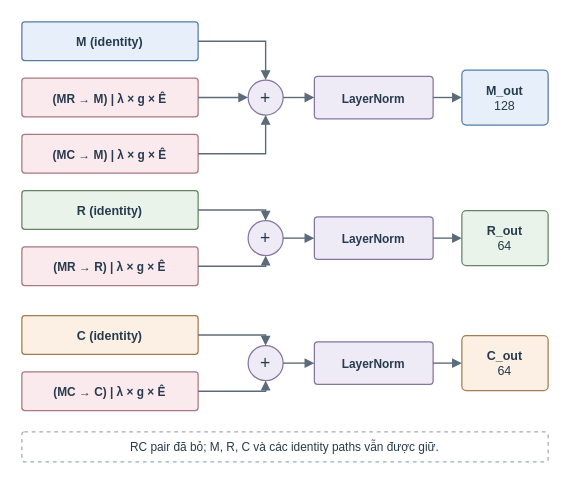
This is figures_source/rc-free-routing.drawio from moimoi05/kltn, a draw.io file, before an edit. Source tidied: cells renumbered, new cells numbered last; positions are measured from the earlier drawing's top-left corner, leaving out a move shared by most shapes. Both pictures are drawn from the tidied source at 125%, with x=0, y=0 at pixel (21, 21).
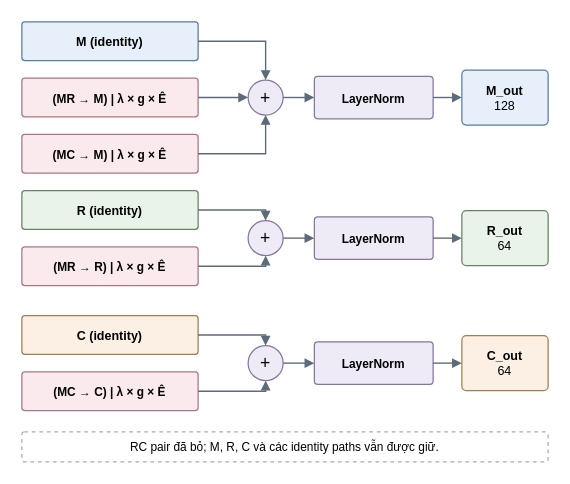
The same diagram, later.

What changed in the source:
```diff
@@
-    <mxCell id="2" value="&lt;b&gt;M  (identity)&lt;/b&gt;" style="html=1;fontFamily=Arial;fontColor=#263B4D;whiteSpace=wrap;rounded=1;arcSize=8;fillColor=#E7F0FA;strokeColor=#567DA3;strokeWidth=1;fontSize=10;spacing=5;" parent="1" vertex="1">
+    <mxCell id="2" value="&lt;b&gt;M  (identity)&lt;/b&gt;" style="html=1;fontFamily=Arial;fontColor=#000000;whiteSpace=wrap;rounded=1;arcSize=8;fillColor=#E7F0FA;strokeColor=#567DA3;strokeWidth=1;fontSize=10;spacing=5;" parent="1" vertex="1">
       <mxGeometry width="141" height="31" as="geometry" />
     </mxCell>
-    <mxCell id="3" value="&lt;b&gt;(MR → M)  |  λ × g × Ê&lt;/b&gt;" style="html=1;fontFamily=Arial;fontColor=#263B4D;whiteSpace=wrap;rounded=1;arcSize=8;fillColor=#FAE9ED;strokeColor=#A87984;strokeWidth=1;fontSize=9.5;spacing=5;" parent="1" vertex="1">
+    <mxCell id="3" value="&lt;b&gt;(MR → M)  |  λ × g × Ê&lt;/b&gt;" style="html=1;fontFamily=Arial;fontColor=#000000;whiteSpace=wrap;rounded=1;arcSize=8;fillColor=#FAE9ED;strokeColor=#A87984;strokeWidth=1;fontSize=9.5;spacing=5;" parent="1" vertex="1">
       <mxGeometry y="45" width="141" height="31" as="geometry" />
     </mxCell>
-    <mxCell id="4" value="&lt;b&gt;(MC → M)  |  λ × g × Ê&lt;/b&gt;" style="html=1;fontFamily=Arial;fontColor=#263B4D;whiteSpace=wrap;rounded=1;arcSize=8;fillColor=#FAE9ED;strokeColor=#A87984;strokeWidth=1;fontSize=9.5;spacing=5;" parent="1" vertex="1">
+    <mxCell id="4" value="&lt;b&gt;(MC → M)  |  λ × g × Ê&lt;/b&gt;" style="html=1;fontFamily=Arial;fontColor=#000000;whiteSpace=wrap;rounded=1;arcSize=8;fillColor=#FAE9ED;strokeColor=#A87984;strokeWidth=1;fontSize=9.5;spacing=5;" parent="1" vertex="1">
       <mxGeometry y="90" width="141" height="31" as="geometry" />
     </mxCell>
-    <mxCell id="5" value="+" style="html=1;fontFamily=Arial;fontColor=#263B4D;whiteSpace=wrap;ellipse;fillColor=#EEEAF6;strokeColor=#86759D;strokeWidth=1;fontSize=14;" parent="1" vertex="1">
+    <mxCell id="5" value="+" style="html=1;fontFamily=Arial;fontColor=#000000;whiteSpace=wrap;ellipse;fillColor=#EEEAF6;strokeColor=#86759D;strokeWidth=1;fontSize=14;" parent="1" vertex="1">
       <mxGeometry x="181" y="46.5" width="28" height="28" as="geometry" />
     </mxCell>
-    <mxCell id="6" style="html=1;fontFamily=Arial;fontColor=#263B4D;whiteSpace=wrap;edgeStyle=none;rounded=0;endArrow=block;endFill=1;endSize=5;startArrow=none;startFill=1;startSize=5;strokeColor=#5C6B79;strokeWidth=1.1;" parent="1" edge="1">
+    <mxCell id="6" style="html=1;fontFamily=Arial;fontColor=#000000;whiteSpace=wrap;edgeStyle=none;rounded=0;endArrow=block;endFill=1;endSize=5;startArrow=none;startFill=1;startSize=5;strokeColor=#5C6B79;strokeWidth=1.1;" parent="1" edge="1">
       <mxGeometry relative="1" as="geometry">
         <mxPoint x="141" y="15.5" as="sourcePoint" />
         <mxPoint x="195" y="46.5" as="targetPoint" />
         <Array as="points">
           <mxPoint x="195" y="15.5" />
         </Array>
       </mxGeometry>
     </mxCell>
-    <mxCell id="7" style="html=1;fontFamily=Arial;fontColor=#263B4D;whiteSpace=wrap;edgeStyle=none;rounded=0;endArrow=block;endFill=1;endSize=5;startArrow=none;startFill=1;startSize=5;strokeColor=#5C6B79;strokeWidth=1.1;" parent="1" edge="1">
+    <mxCell id="7" style="html=1;fontFamily=Arial;fontColor=#000000;whiteSpace=wrap;edgeStyle=none;rounded=0;endArrow=block;endFill=1;endSize=5;startArrow=none;startFill=1;startSize=5;strokeColor=#5C6B79;strokeWidth=1.1;" parent="1" edge="1">
       <mxGeometry relative="1" as="geometry">
         <mxPoint x="141" y="60.5" as="sourcePoint" />
         <mxPoint x="181" y="60.5" as="targetPoint" />
       </mxGeometry>
     </mxCell>
-    <mxCell id="8" style="html=1;fontFamily=Arial;fontColor=#263B4D;whiteSpace=wrap;edgeStyle=none;rounded=0;endArrow=block;endFill=1;endSize=5;startArrow=none;startFill=1;startSize=5;strokeColor=#5C6B79;strokeWidth=1.1;" parent="1" edge="1">
+    <mxCell id="8" style="html=1;fontFamily=Arial;fontColor=#000000;whiteSpace=wrap;edgeStyle=none;rounded=0;endArrow=block;endFill=1;endSize=5;startArrow=none;startFill=1;startSize=5;strokeColor=#5C6B79;strokeWidth=1.1;" parent="1" edge="1">
       <mxGeometry relative="1" as="geometry">
         <mxPoint x="141" y="105.5" as="sourcePoint" />
         <mxPoint x="195" y="74.5" as="targetPoint" />
         <Array as="points">
           <mxPoint x="195" y="105.5" />
         </Array>
       </mxGeometry>
     </mxCell>
-    <mxCell id="9" value="&lt;b&gt;LayerNorm&lt;/b&gt;" style="html=1;fontFamily=Arial;fontColor=#263B4D;whiteSpace=wrap;rounded=1;arcSize=8;fillColor=#EEEAF6;strokeColor=#86759D;strokeWidth=1;fontSize=9.5;spacing=5;" parent="1" vertex="1">
+    <mxCell id="9" value="&lt;b&gt;LayerNorm&lt;/b&gt;" style="html=1;fontFamily=Arial;fontColor=#000000;whiteSpace=wrap;rounded=1;arcSize=8;fillColor=#EEEAF6;strokeColor=#86759D;strokeWidth=1;fontSize=9.5;spacing=5;" parent="1" vertex="1">
       <mxGeometry x="234" y="43.5" width="95" height="34" as="geometry" />
     </mxCell>
-    <mxCell id="10" style="html=1;fontFamily=Arial;fontColor=#263B4D;whiteSpace=wrap;edgeStyle=none;rounded=0;endArrow=block;endFill=1;endSize=5;startArrow=none;startFill=1;startSize=5;strokeColor=#5C6B79;strokeWidth=1.1;" parent="1" edge="1">
+    <mxCell id="10" style="html=1;fontFamily=Arial;fontColor=#000000;whiteSpace=wrap;edgeStyle=none;rounded=0;endArrow=block;endFill=1;endSize=5;startArrow=none;startFill=1;startSize=5;strokeColor=#5C6B79;strokeWidth=1.1;" parent="1" edge="1">
       <mxGeometry relative="1" as="geometry">
         <mxPoint x="209" y="60.5" as="sourcePoint" />
         <mxPoint x="234" y="60.5" as="targetPoint" />
       </mxGeometry>
     </mxCell>
-    <mxCell id="11" value="&lt;b&gt;M_out&lt;/b&gt;&lt;br&gt;128" style="html=1;fontFamily=Arial;fontColor=#263B4D;whiteSpace=wrap;rounded=1;arcSize=8;fillColor=#E7F0FA;strokeColor=#567DA3;strokeWidth=1;fontSize=10;spacing=5;" parent="1" vertex="1">
+    <mxCell id="11" value="&lt;b&gt;M_out&lt;/b&gt;&lt;br&gt;128" style="html=1;fontFamily=Arial;fontColor=#000000;whiteSpace=wrap;rounded=1;arcSize=8;fillColor=#E7F0FA;strokeColor=#567DA3;strokeWidth=1;fontSize=10;spacing=5;" parent="1" vertex="1">
       <mxGeometry x="352" y="38.5" width="69" height="44" as="geometry" />
     </mxCell>
-    <mxCell id="12" style="html=1;fontFamily=Arial;fontColor=#263B4D;whiteSpace=wrap;edgeStyle=none;rounded=0;endArrow=block;endFill=1;endSize=5;startArrow=none;startFill=1;startSize=5;strokeColor=#5C6B79;strokeWidth=1.1;" parent="1" edge="1">
+    <mxCell id="12" style="html=1;fontFamily=Arial;fontColor=#000000;whiteSpace=wrap;edgeStyle=none;rounded=0;endArrow=block;endFill=1;endSize=5;startArrow=none;startFill=1;startSize=5;strokeColor=#5C6B79;strokeWidth=1.1;" parent="1" edge="1">
       <mxGeometry relative="1" as="geometry">
         <mxPoint x="329" y="60.5" as="sourcePoint" />
         <mxPoint x="352" y="60.5" as="targetPoint" />
       </mxGeometry>
     </mxCell>
-    <mxCell id="13" value="&lt;b&gt;R  (identity)&lt;/b&gt;" style="html=1;fontFamily=Arial;fontColor=#263B4D;whiteSpace=wrap;rounded=1;arcSize=8;fillColor=#EAF3E9;strokeColor=#638560;strokeWidth=1;fontSize=10;spacing=5;" parent="1" vertex="1">
+    <mxCell id="13" value="&lt;b&gt;R  (identity)&lt;/b&gt;" style="html=1;fontFamily=Arial;fontColor=#000000;whiteSpace=wrap;rounded=1;arcSize=8;fillColor=#EAF3E9;strokeColor=#638560;strokeWidth=1;fontSize=10;spacing=5;" parent="1" vertex="1">
       <mxGeometry y="135" width="141" height="31" as="geometry" />
     </mxCell>
-    <mxCell id="14" value="&lt;b&gt;(MR → R)  |  λ × g × Ê&lt;/b&gt;" style="html=1;fontFamily=Arial;fontColor=#263B4D;whiteSpace=wrap;rounded=1;arcSize=8;fillColor=#FAE9ED;strokeColor=#A87984;strokeWidth=1;fontSize=9.5;spacing=5;" parent="1" vertex="1">
+    <mxCell id="14" value="&lt;b&gt;(MR → R)  |  λ × g × Ê&lt;/b&gt;" style="html=1;fontFamily=Arial;fontColor=#000000;whiteSpace=wrap;rounded=1;arcSize=8;fillColor=#FAE9ED;strokeColor=#A87984;strokeWidth=1;fontSize=9.5;spacing=5;" parent="1" vertex="1">
       <mxGeometry y="180" width="141" height="31" as="geometry" />
     </mxCell>
-    <mxCell id="15" value="+" style="html=1;fontFamily=Arial;fontColor=#263B4D;whiteSpace=wrap;ellipse;fillColor=#EEEAF6;strokeColor=#86759D;strokeWidth=1;fontSize=14;" parent="1" vertex="1">
+    <mxCell id="15" value="+" style="html=1;fontFamily=Arial;fontColor=#000000;whiteSpace=wrap;ellipse;fillColor=#EEEAF6;strokeColor=#86759D;strokeWidth=1;fontSize=14;" parent="1" vertex="1">
       <mxGeometry x="181" y="159" width="28" height="28" as="geometry" />
     </mxCell>
-    <mxCell id="16" style="html=1;fontFamily=Arial;fontColor=#263B4D;whiteSpace=wrap;edgeStyle=none;rounded=0;endArrow=block;endFill=1;endSize=5;startArrow=none;startFill=1;startSize=5;strokeColor=#5C6B79;strokeWidth=1.1;" parent="1" edge="1">
+    <mxCell id="16" style="html=1;fontFamily=Arial;fontColor=#000000;whiteSpace=wrap;edgeStyle=none;rounded=0;endArrow=block;endFill=1;endSize=5;startArrow=none;startFill=1;startSize=5;strokeColor=#5C6B79;strokeWidth=1.1;" parent="1" edge="1">
       <mxGeometry relative="1" as="geometry">
         <mxPoint x="141" y="150.5" as="sourcePoint" />
         <mxPoint x="195" y="159" as="targetPoint" />
         <Array as="points">
           <mxPoint x="195" y="150.5" />
         </Array>
       </mxGeometry>
     </mxCell>
-    <mxCell id="17" style="html=1;fontFamily=Arial;fontColor=#263B4D;whiteSpace=wrap;edgeStyle=none;rounded=0;endArrow=block;endFill=1;endSize=5;startArrow=none;startFill=1;startSize=5;strokeColor=#5C6B79;strokeWidth=1.1;" parent="1" edge="1">
+    <mxCell id="17" style="html=1;fontFamily=Arial;fontColor=#000000;whiteSpace=wrap;edgeStyle=none;rounded=0;endArrow=block;endFill=1;endSize=5;startArrow=none;startFill=1;startSize=5;strokeColor=#5C6B79;strokeWidth=1.1;" parent="1" edge="1">
       <mxGeometry relative="1" as="geometry">
         <mxPoint x="141" y="195.5" as="sourcePoint" />
         <mxPoint x="195" y="187" as="targetPoint" />
         <Array as="points">
           <mxPoint x="195" y="195.5" />
         </Array>
       </mxGeometry>
     </mxCell>
-    <mxCell id="18" value="&lt;b&gt;LayerNorm&lt;/b&gt;" style="html=1;fontFamily=Arial;fontColor=#263B4D;whiteSpace=wrap;rounded=1;arcSize=8;fillColor=#EEEAF6;strokeColor=#86759D;strokeWidth=1;fontSize=9.5;spacing=5;" parent="1" vertex="1">
+    <mxCell id="18" value="&lt;b&gt;LayerNorm&lt;/b&gt;" style="html=1;fontFamily=Arial;fontColor=#000000;whiteSpace=wrap;rounded=1;arcSize=8;fillColor=#EEEAF6;strokeColor=#86759D;strokeWidth=1;fontSize=9.5;spacing=5;" parent="1" vertex="1">
       <mxGeometry x="234" y="156" width="95" height="34" as="geometry" />
     </mxCell>
-    <mxCell id="19" style="html=1;fontFamily=Arial;fontColor=#263B4D;whiteSpace=wrap;edgeStyle=none;rounded=0;endArrow=block;endFill=1;endSize=5;startArrow=none;startFill=1;startSize=5;strokeColor=#5C6B79;strokeWidth=1.1;" parent="1" edge="1">
+    <mxCell id="19" style="html=1;fontFamily=Arial;fontColor=#000000;whiteSpace=wrap;edgeStyle=none;rounded=0;endArrow=block;endFill=1;endSize=5;startArrow=none;startFill=1;startSize=5;strokeColor=#5C6B79;strokeWidth=1.1;" parent="1" edge="1">
       <mxGeometry relative="1" as="geometry">
         <mxPoint x="209" y="173" as="sourcePoint" />
         <mxPoint x="234" y="173" as="targetPoint" />
       </mxGeometry>
     </mxCell>
-    <mxCell id="20" value="&lt;b&gt;R_out&lt;/b&gt;&lt;br&gt;64" style="html=1;fontFamily=Arial;fontColor=#263B4D;whiteSpace=wrap;rounded=1;arcSize=8;fillColor=#EAF3E9;strokeColor=#638560;strokeWidth=1;fontSize=10;spacing=5;" parent="1" vertex="1">
+    <mxCell id="20" value="&lt;b&gt;R_out&lt;/b&gt;&lt;br&gt;64" style="html=1;fontFamily=Arial;fontColor=#000000;whiteSpace=wrap;rounded=1;arcSize=8;fillColor=#EAF3E9;strokeColor=#638560;strokeWidth=1;fontSize=10;spacing=5;" parent="1" vertex="1">
       <mxGeometry x="352" y="151" width="69" height="44" as="geometry" />
     </mxCell>
-    <mxCell id="21" style="html=1;fontFamily=Arial;fontColor=#263B4D;whiteSpace=wrap;edgeStyle=none;rounded=0;endArrow=block;endFill=1;endSize=5;startArrow=none;startFill=1;startSize=5;strokeColor=#5C6B79;strokeWidth=1.1;" parent="1" edge="1">
+    <mxCell id="21" style="html=1;fontFamily=Arial;fontColor=#000000;whiteSpace=wrap;edgeStyle=none;rounded=0;endArrow=block;endFill=1;endSize=5;startArrow=none;startFill=1;startSize=5;strokeColor=#5C6B79;strokeWidth=1.1;" parent="1" edge="1">
       <mxGeometry relative="1" as="geometry">
         <mxPoint x="329" y="173" as="sourcePoint" />
         <mxPoint x="352" y="173" as="targetPoint" />
       </mxGeometry>
     </mxCell>
-    <mxCell id="22" value="&lt;b&gt;C  (identity)&lt;/b&gt;" style="html=1;fontFamily=Arial;fontColor=#263B4D;whiteSpace=wrap;rounded=1;arcSize=8;fillColor=#FBF0E3;strokeColor=#A27D51;strokeWidth=1;fontSize=10;spacing=5;" parent="1" vertex="1">
+    <mxCell id="22" value="&lt;b&gt;C  (identity)&lt;/b&gt;" style="html=1;fontFamily=Arial;fontColor=#000000;whiteSpace=wrap;rounded=1;arcSize=8;fillColor=#FBF0E3;strokeColor=#A27D51;strokeWidth=1;fontSize=10;spacing=5;" parent="1" vertex="1">
       <mxGeometry y="235" width="141" height="31" as="geometry" />
     </mxCell>
-    <mxCell id="23" value="&lt;b&gt;(MC → C)  |  λ × g × Ê&lt;/b&gt;" style="html=1;fontFamily=Arial;fontColor=#263B4D;whiteSpace=wrap;rounded=1;arcSize=8;fillColor=#FAE9ED;strokeColor=#A87984;strokeWidth=1;fontSize=9.5;spacing=5;" parent="1" vertex="1">
+    <mxCell id="23" value="&lt;b&gt;(MC → C)  |  λ × g × Ê&lt;/b&gt;" style="html=1;fontFamily=Arial;fontColor=#000000;whiteSpace=wrap;rounded=1;arcSize=8;fillColor=#FAE9ED;strokeColor=#A87984;strokeWidth=1;fontSize=9.5;spacing=5;" parent="1" vertex="1">
       <mxGeometry y="280" width="141" height="31" as="geometry" />
     </mxCell>
-    <mxCell id="24" value="+" style="html=1;fontFamily=Arial;fontColor=#263B4D;whiteSpace=wrap;ellipse;fillColor=#EEEAF6;strokeColor=#86759D;strokeWidth=1;fontSize=14;" parent="1" vertex="1">
+    <mxCell id="24" value="+" style="html=1;fontFamily=Arial;fontColor=#000000;whiteSpace=wrap;ellipse;fillColor=#EEEAF6;strokeColor=#86759D;strokeWidth=1;fontSize=14;" parent="1" vertex="1">
       <mxGeometry x="181" y="259" width="28" height="28" as="geometry" />
     </mxCell>
-    <mxCell id="25" style="html=1;fontFamily=Arial;fontColor=#263B4D;whiteSpace=wrap;edgeStyle=none;rounded=0;endArrow=block;endFill=1;endSize=5;startArrow=none;startFill=1;startSize=5;strokeColor=#5C6B79;strokeWidth=1.1;" parent="1" edge="1">
+    <mxCell id="25" style="html=1;fontFamily=Arial;fontColor=#000000;whiteSpace=wrap;edgeStyle=none;rounded=0;endArrow=block;endFill=1;endSize=5;startArrow=none;startFill=1;startSize=5;strokeColor=#5C6B79;strokeWidth=1.1;" parent="1" edge="1">
       <mxGeometry relative="1" as="geometry">
         <mxPoint x="141" y="250.5" as="sourcePoint" />
         <mxPoint x="195" y="259" as="targetPoint" />
         <Array as="points">
           <mxPoint x="195" y="250.5" />
         </Array>
       </mxGeometry>
     </mxCell>
-    <mxCell id="26" style="html=1;fontFamily=Arial;fontColor=#263B4D;whiteSpace=wrap;edgeStyle=none;rounded=0;endArrow=block;endFill=1;endSize=5;startArrow=none;startFill=1;startSize=5;strokeColor=#5C6B79;strokeWidth=1.1;" parent="1" edge="1">
+    <mxCell id="26" style="html=1;fontFamily=Arial;fontColor=#000000;whiteSpace=wrap;edgeStyle=none;rounded=0;endArrow=block;endFill=1;endSize=5;startArrow=none;startFill=1;startSize=5;strokeColor=#5C6B79;strokeWidth=1.1;" parent="1" edge="1">
       <mxGeometry relative="1" as="geometry">
         <mxPoint x="141" y="295.5" as="sourcePoint" />
         <mxPoint x="195" y="287" as="targetPoint" />
         <Array as="points">
           <mxPoint x="195" y="295.5" />
         </Array>
       </mxGeometry>
     </mxCell>
-    <mxCell id="27" value="&lt;b&gt;LayerNorm&lt;/b&gt;" style="html=1;fontFamily=Arial;fontColor=#263B4D;whiteSpace=wrap;rounded=1;arcSize=8;fillColor=#EEEAF6;strokeColor=#86759D;strokeWidth=1;fontSize=9.5;spacing=5;" parent="1" vertex="1">
+    <mxCell id="27" value="&lt;b&gt;LayerNorm&lt;/b&gt;" style="html=1;fontFamily=Arial;fontColor=#000000;whiteSpace=wrap;rounded=1;arcSize=8;fillColor=#EEEAF6;strokeColor=#86759D;strokeWidth=1;fontSize=9.5;spacing=5;" parent="1" vertex="1">
       <mxGeometry x="234" y="256" width="95" height="34" as="geometry" />
     </mxCell>
-    <mxCell id="28" style="html=1;fontFamily=Arial;fontColor=#263B4D;whiteSpace=wrap;edgeStyle=none;rounded=0;endArrow=block;endFill=1;endSize=5;startArrow=none;startFill=1;startSize=5;strokeColor=#5C6B79;strokeWidth=1.1;" parent="1" edge="1">
+    <mxCell id="28" style="html=1;fontFamily=Arial;fontColor=#000000;whiteSpace=wrap;edgeStyle=none;rounded=0;endArrow=block;endFill=1;endSize=5;startArrow=none;startFill=1;startSize=5;strokeColor=#5C6B79;strokeWidth=1.1;" parent="1" edge="1">
       <mxGeometry relative="1" as="geometry">
         <mxPoint x="209" y="273" as="sourcePoint" />
         <mxPoint x="234" y="273" as="targetPoint" />
       </mxGeometry>
     </mxCell>
-    <mxCell id="29" value="&lt;b&gt;C_out&lt;/b&gt;&lt;br&gt;64" style="html=1;fontFamily=Arial;fontColor=#263B4D;whiteSpace=wrap;rounded=1;arcSize=8;fillColor=#FBF0E3;strokeColor=#A27D51;strokeWidth=1;fontSize=10;spacing=5;" parent="1" vertex="1">
+    <mxCell id="29" value="&lt;b&gt;C_out&lt;/b&gt;&lt;br&gt;64" style="html=1;fontFamily=Arial;fontColor=#000000;whiteSpace=wrap;rounded=1;arcSize=8;fillColor=#FBF0E3;strokeColor=#A27D51;strokeWidth=1;fontSize=10;spacing=5;" parent="1" vertex="1">
       <mxGeometry x="352" y="251" width="69" height="44" as="geometry" />
     </mxCell>
-    <mxCell id="30" style="html=1;fontFamily=Arial;fontColor=#263B4D;whiteSpace=wrap;edgeStyle=none;rounded=0;endArrow=block;endFill=1;endSize=5;startArrow=none;startFill=1;startSize=5;strokeColor=#5C6B79;strokeWidth=1.1;" parent="1" edge="1">
+    <mxCell id="30" style="html=1;fontFamily=Arial;fontColor=#000000;whiteSpace=wrap;edgeStyle=none;rounded=0;endArrow=block;endFill=1;endSize=5;startArrow=none;startFill=1;startSize=5;strokeColor=#5C6B79;strokeWidth=1.1;" parent="1" edge="1">
       <mxGeometry relative="1" as="geometry">
         <mxPoint x="329" y="273" as="sourcePoint" />
         <mxPoint x="352" y="273" as="targetPoint" />
       </mxGeometry>
     </mxCell>
-    <mxCell id="31" value="RC pair đã bỏ; M, R, C và các identity paths vẫn được giữ." style="html=1;fontFamily=Arial;fontColor=#263B4D;whiteSpace=wrap;rounded=1;arcSize=8;fillColor=#FFFFFF;strokeColor=#A2ADB7;strokeWidth=1;fontSize=9.5;spacing=5;dashed=1;" parent="1" vertex="1">
+    <mxCell id="31" value="RC pair đã bỏ; M, R, C và các identity paths vẫn được giữ." style="html=1;fontFamily=Arial;fontColor=#000000;whiteSpace=wrap;rounded=1;arcSize=8;fillColor=#FFFFFF;strokeColor=#A2ADB7;strokeWidth=1;fontSize=9.5;spacing=5;dashed=1;" parent="1" vertex="1">
       <mxGeometry y="328" width="421" height="24" as="geometry" />
     </mxCell>
```
